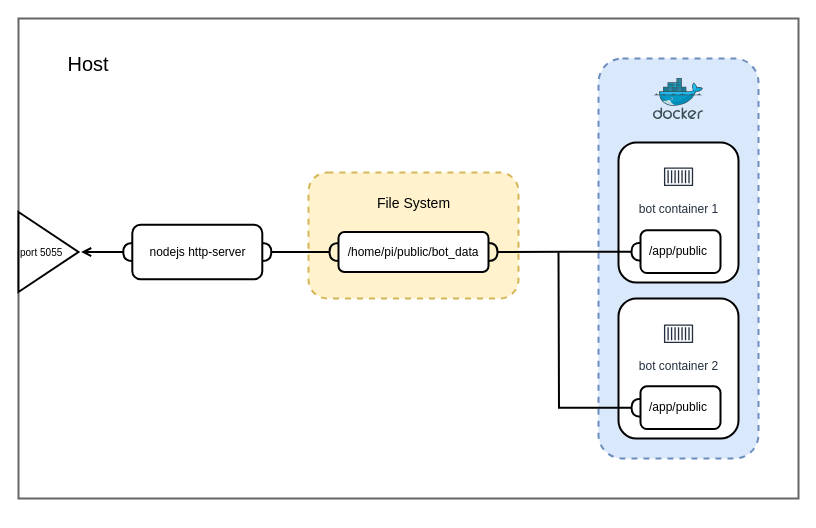
Earlier version of the draw.io diagram design/trading_bot.drawio (best2000/rebalance_bot). Source tidied: cells renumbered, new cells numbered last; positions are measured from the earlier drawing's top-left corner, leaving out a move shared by most shapes. Both pictures are drawn from the tidied source at 100%, with x=0, y=0 at pixel (18, 18).
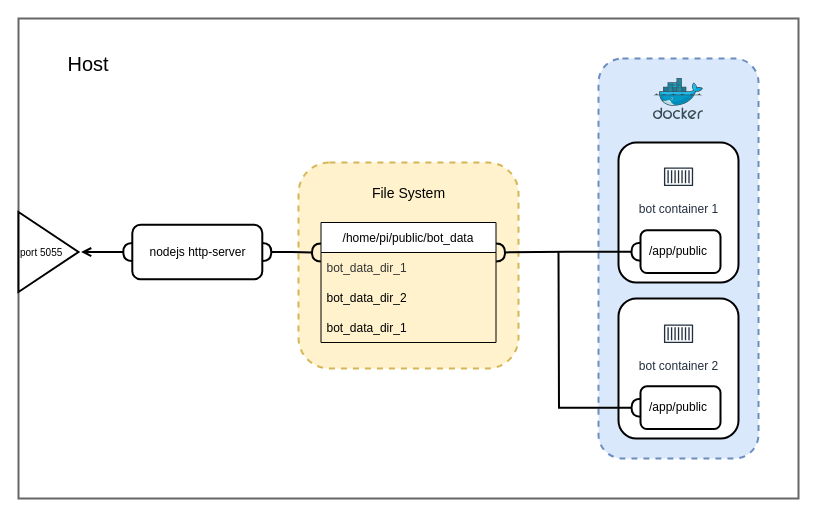
The same diagram, later.

The change refers to these unchanged cells:
```xml
<mxCell id="17" style="rounded=1;whiteSpace=wrap;html=1;shadow=0;glass=0;sketch=0;strokeColor=default;strokeWidth=2;fillColor=none;" parent="16" vertex="1">
  <mxGeometry x="10" width="80" height="42.7" as="geometry" />
</mxCell>
<mxCell id="28" style="whiteSpace=wrap;html=1;strokeColor=default;strokeWidth=2;fillColor=default;rounded=1;" parent="1" vertex="1">
  <mxGeometry x="113.8" y="206.3" width="130" height="54.5" as="geometry" />
</mxCell>
```

The edit, as a diff of the source:
```diff
@@
-    <mxCell id="7" style="whiteSpace=wrap;html=1;strokeWidth=2;rounded=1;dashed=1;fillColor=#fff2cc;strokeColor=#d6b656;" parent="1" vertex="1">
-      <mxGeometry x="290" y="154" width="210" height="126" as="geometry" />
-    </mxCell>
-    <mxCell id="8" style="rounded=1;whiteSpace=wrap;html=1;strokeColor=default;strokeWidth=2;fillColor=default;glass=0;shadow=0;sketch=0;" parent="1" vertex="1">
-      <mxGeometry x="320" y="213.5" width="150" height="40" as="geometry" />
-    </mxCell>
-    <mxCell id="9" value="/home/pi/public/bot_data" style="text;html=1;strokeColor=none;fillColor=none;align=center;verticalAlign=middle;whiteSpace=wrap;rounded=0;" parent="1" vertex="1">
-      <mxGeometry x="365" y="218.5" width="60" height="30" as="geometry" />
-    </mxCell>
-    <mxCell id="10" value="&lt;font style=&quot;font-size: 14px;&quot;&gt;File System&lt;/font&gt;" style="text;html=1;strokeColor=none;fillColor=none;align=center;verticalAlign=middle;whiteSpace=wrap;rounded=0;shadow=1;glass=1;sketch=1;" parent="1" vertex="1">
-      <mxGeometry x="333.8" y="170" width="122.5" height="30" as="geometry" />
-    </mxCell>
@@
-    <mxCell id="25" style="edgeStyle=orthogonalEdgeStyle;jettySize=auto;html=1;exitX=0;exitY=0.5;exitDx=0;exitDy=0;entryX=1;entryY=0.5;entryDx=0;entryDy=0;strokeWidth=2;strokeColor=default;rounded=0;startArrow=halfCircle;startFill=0;endArrow=halfCircle;endFill=0;" parent="1" edge="1" source="17" target="8">
-      <mxGeometry relative="1" as="geometry" />
-    </mxCell>
@@
-    <mxCell id="27" style="edgeStyle=elbowEdgeStyle;rounded=0;jettySize=auto;html=1;exitX=1;exitY=0.5;exitDx=0;exitDy=0;shadow=0;startArrow=halfCircle;startFill=0;endArrow=halfCircle;endFill=0;strokeColor=default;strokeWidth=2;" parent="1" edge="1" source="28" target="8">
-      <mxGeometry relative="1" as="geometry" />
-    </mxCell>
@@
+    <mxCell id="7" style="whiteSpace=wrap;html=1;strokeWidth=2;rounded=1;dashed=1;fillColor=#fff2cc;strokeColor=#d6b656;" parent="1" vertex="1">
+      <mxGeometry x="280" y="144" width="220" height="206" as="geometry" />
+    </mxCell>
+    <mxCell id="31" style="edgeStyle=orthogonalEdgeStyle;rounded=0;jettySize=auto;html=1;exitX=1;exitY=0.5;exitDx=0;exitDy=0;entryX=0;entryY=0.25;entryDx=0;entryDy=0;startArrow=halfCircle;startFill=0;endArrow=halfCircle;endFill=0;strokeWidth=2;" parent="1" edge="1" source="28" target="9">
+      <mxGeometry relative="1" as="geometry" />
+    </mxCell>
+    <mxCell id="32" style="edgeStyle=orthogonalEdgeStyle;rounded=0;jettySize=auto;html=1;exitX=0;exitY=0.5;exitDx=0;exitDy=0;entryX=1;entryY=0.25;entryDx=0;entryDy=0;startArrow=halfCircle;startFill=0;endArrow=halfCircle;endFill=0;strokeWidth=2;" parent="1" edge="1" source="17" target="9">
+      <mxGeometry relative="1" as="geometry" />
+    </mxCell>
+    <mxCell id="10" value="&lt;font style=&quot;font-size: 14px;&quot;&gt;File System&lt;/font&gt;" style="text;html=1;strokeColor=none;fillColor=none;align=center;verticalAlign=middle;whiteSpace=wrap;rounded=0;shadow=1;glass=1;sketch=1;" parent="1" vertex="1">
+      <mxGeometry x="328.8" y="160" width="122.5" height="30" as="geometry" />
+    </mxCell>
+    <mxCell id="9" value="/home/pi/public/bot_data" style="swimlane;fontStyle=0;horizontal=1;startSize=30;" parent="1" vertex="1">
+      <mxGeometry x="302.5" y="204" width="175" height="120" as="geometry" />
+    </mxCell>
+    <mxCell id="33" value="bot_data_dir_1" style="text;align=left;verticalAlign=middle;spacingLeft=4;spacingRight=4;overflow=hidden;opacity=0;fillColor=#f5f5f5;fontColor=#333333;strokeColor=#666666;" parent="9" vertex="1">
+      <mxGeometry y="30" width="175" height="30" as="geometry" />
+    </mxCell>
+    <mxCell id="34" value="bot_data_dir_2" style="text;strokeColor=none;fillColor=none;align=left;verticalAlign=middle;spacingLeft=4;spacingRight=4;overflow=hidden;" parent="9" vertex="1">
+      <mxGeometry y="60" width="175" height="30" as="geometry" />
+    </mxCell>
+    <mxCell id="35" value="bot_data_dir_1" style="text;strokeColor=none;fillColor=none;align=left;verticalAlign=middle;spacingLeft=4;spacingRight=4;overflow=hidden;" parent="9" vertex="1">
+      <mxGeometry y="90" width="175" height="30" as="geometry" />
+    </mxCell>
```
